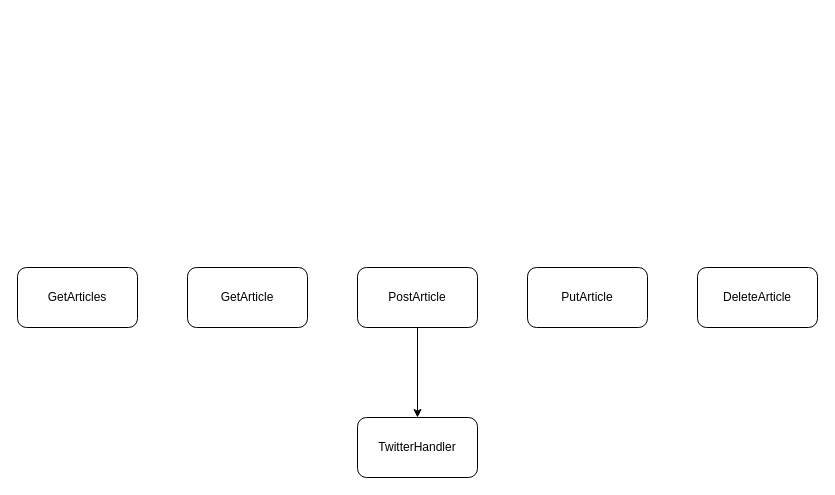
Before: page "Article Methods" (4 of 7) of design.drawio in cdthomp1/portfolio-site, a draw.io diagram. Source tidied: cells renumbered, new cells numbered last; positions are measured from the earlier drawing's top-left corner, leaving out a move shared by most shapes. Both pictures are drawn from the tidied source at 100%, with x=0, y=0 at pixel (17, 267).
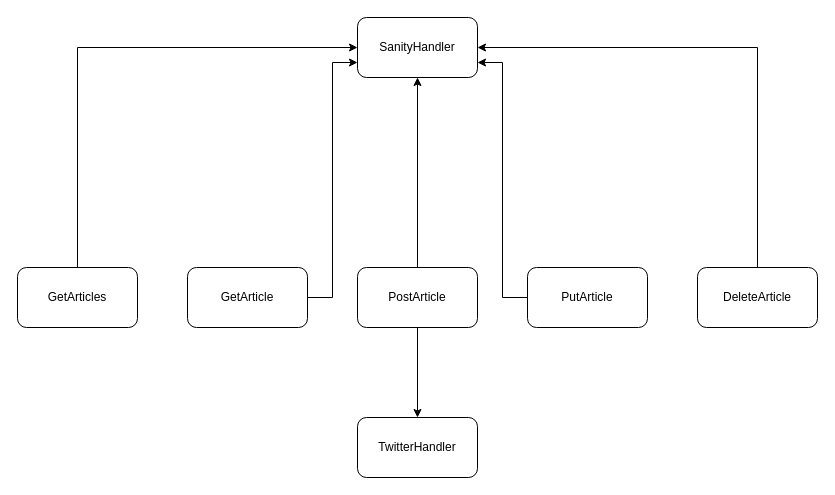
After the change.

The edit, as a diff of the source:
```diff
@@
 <mxGraphModel>
   <root>
     <mxCell id="0" />
     <mxCell id="1" parent="0" />
+    <mxCell id="9" style="edgeStyle=orthogonalEdgeStyle;rounded=0;jettySize=auto;html=1;entryX=0;entryY=0.5;entryDx=0;entryDy=0;" parent="1" edge="1" source="2" target="14">
+      <mxGeometry relative="1" as="geometry">
+        <Array as="points">
+          <mxPoint x="60" y="-220" />
+        </Array>
+      </mxGeometry>
+    </mxCell>
     <mxCell id="2" value="GetArticles" style="rounded=1;whiteSpace=wrap;html=1;" parent="1" vertex="1">
       <mxGeometry width="120" height="60" as="geometry" />
     </mxCell>
+    <mxCell id="10" style="edgeStyle=orthogonalEdgeStyle;rounded=0;jettySize=auto;html=1;entryX=1;entryY=0.75;entryDx=0;entryDy=0;" parent="1" edge="1" source="3" target="14">
+      <mxGeometry relative="1" as="geometry" />
+    </mxCell>
     <mxCell id="3" value="PutArticle" style="rounded=1;whiteSpace=wrap;html=1;" parent="1" vertex="1">
       <mxGeometry x="510" width="120" height="60" as="geometry" />
     </mxCell>
+    <mxCell id="11" style="edgeStyle=orthogonalEdgeStyle;rounded=0;jettySize=auto;html=1;entryX=0;entryY=0.75;entryDx=0;entryDy=0;" parent="1" edge="1" source="4" target="14">
+      <mxGeometry relative="1" as="geometry" />
+    </mxCell>
     <mxCell id="4" value="GetArticle" style="rounded=1;whiteSpace=wrap;html=1;" parent="1" vertex="1">
       <mxGeometry x="170" width="120" height="60" as="geometry" />
     </mxCell>
+    <mxCell id="12" style="edgeStyle=orthogonalEdgeStyle;rounded=0;jettySize=auto;html=1;entryX=1;entryY=0.5;entryDx=0;entryDy=0;" parent="1" edge="1" source="5" target="14">
+      <mxGeometry relative="1" as="geometry">
+        <Array as="points">
+          <mxPoint x="740" y="-220" />
+        </Array>
+      </mxGeometry>
+    </mxCell>
     <mxCell id="5" value="DeleteArticle" style="rounded=1;whiteSpace=wrap;html=1;" parent="1" vertex="1">
       <mxGeometry x="680" width="120" height="60" as="geometry" />
     </mxCell>
     <mxCell id="6" style="edgeStyle=orthogonalEdgeStyle;rounded=0;jettySize=auto;html=1;" parent="1" edge="1" source="7" target="8">
       <mxGeometry relative="1" as="geometry" />
     </mxCell>
+    <mxCell id="13" style="edgeStyle=orthogonalEdgeStyle;rounded=0;jettySize=auto;html=1;" parent="1" edge="1" source="7" target="14">
+      <mxGeometry relative="1" as="geometry" />
+    </mxCell>
     <mxCell id="7" value="PostArticle" style="rounded=1;whiteSpace=wrap;html=1;" parent="1" vertex="1">
       <mxGeometry x="340" width="120" height="60" as="geometry" />
     </mxCell>
     <mxCell id="8" value="TwitterHandler" style="rounded=1;whiteSpace=wrap;html=1;" parent="1" vertex="1">
       <mxGeometry x="340" y="150" width="120" height="60" as="geometry" />
     </mxCell>
+    <mxCell id="14" value="SanityHandler" style="rounded=1;whiteSpace=wrap;html=1;" parent="1" vertex="1">
+      <mxGeometry x="340" y="-250" width="120" height="60" as="geometry" />
+    </mxCell>
   </root>
 </mxGraphModel>
```
